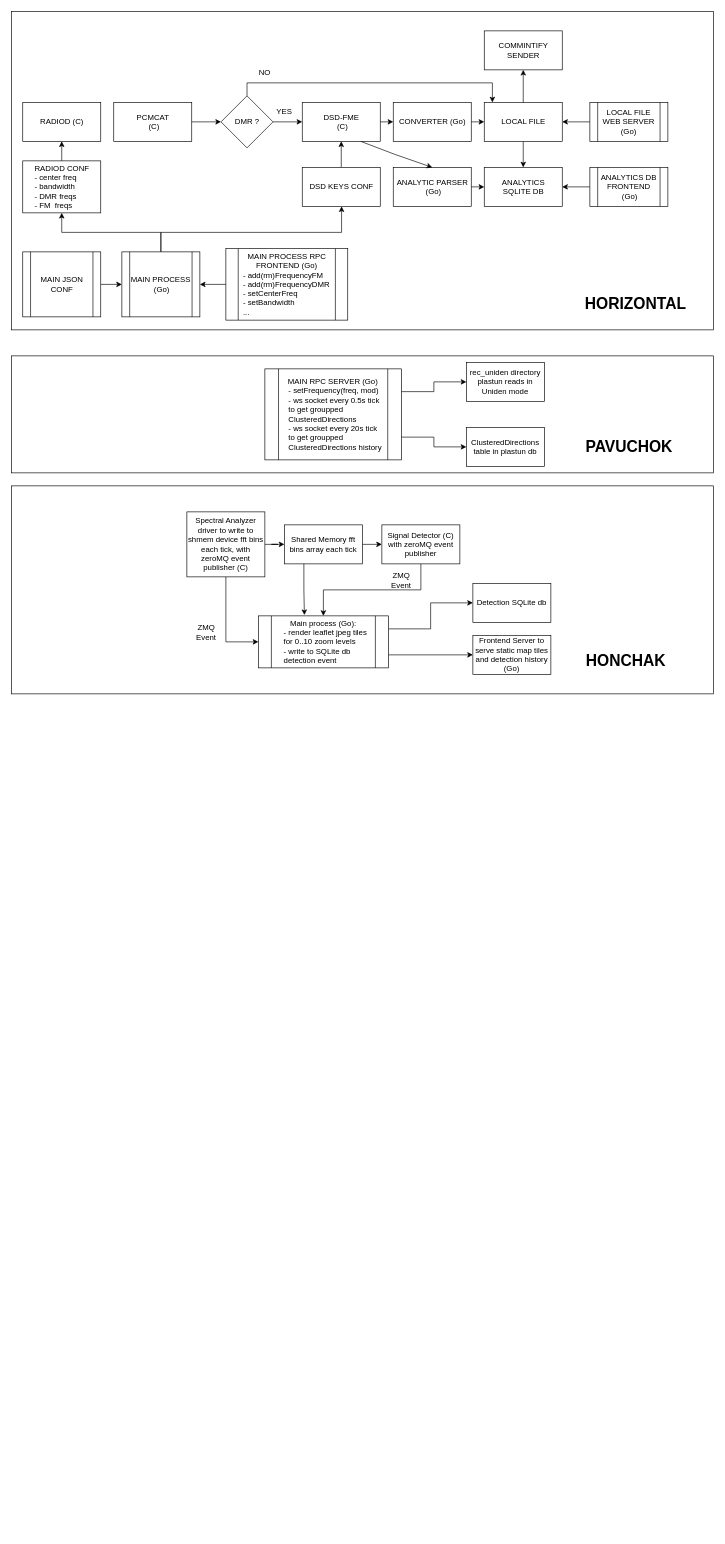
Above: Untitled Diagram.drawio in sandric/diagrams (draw.io), before the change. Source tidied: cells renumbered, new cells numbered last; positions are measured from the earlier drawing's top-left corner, leaving out a move shared by most shapes. Both pictures are drawn from the tidied source at 65%, with x=0, y=0 at pixel (11, 11).
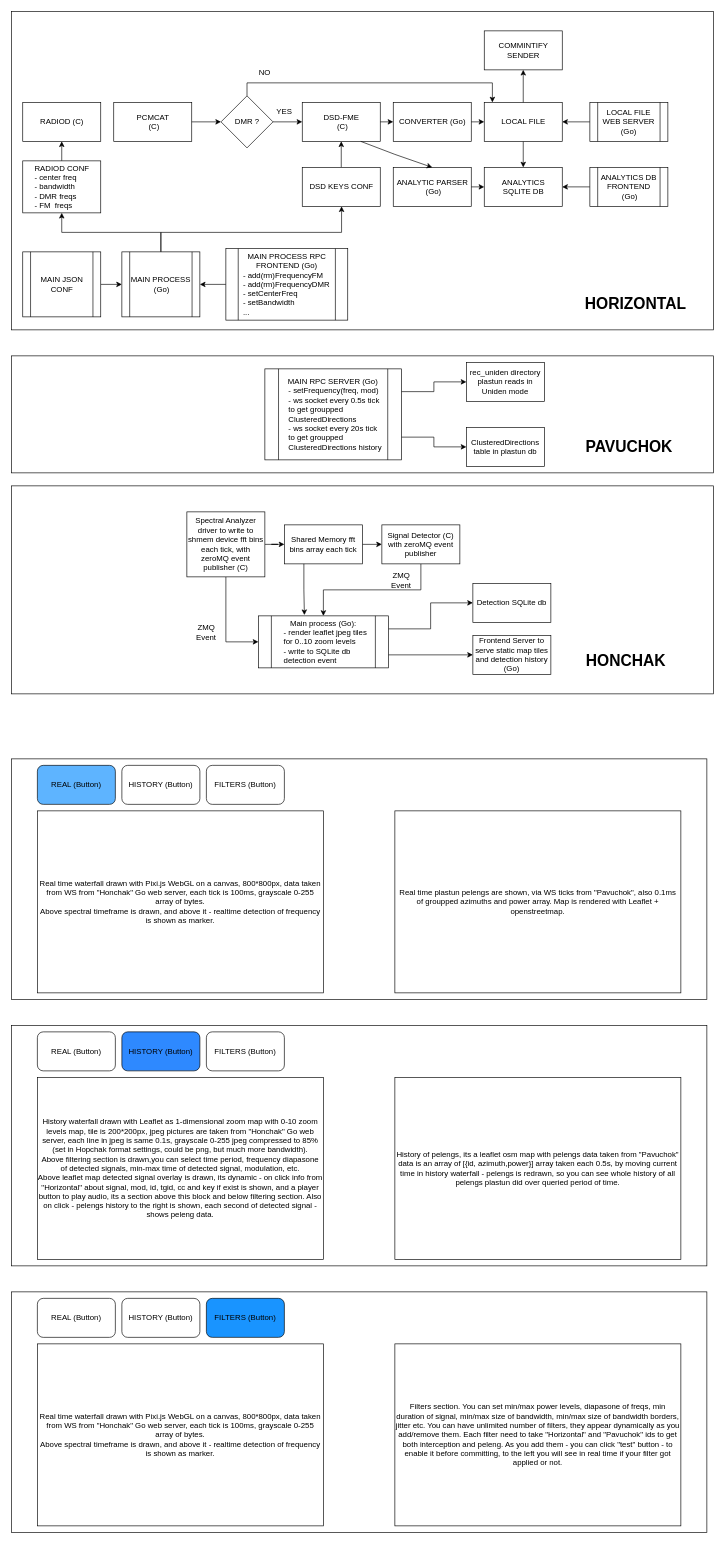
The same diagram, later.

What changed in the source:
```diff
@@
+    <mxCell id="63" style="rounded=0;whiteSpace=wrap;html=1;fillColor=none;" parent="1" vertex="1">
+      <mxGeometry y="1150" width="1070" height="370" as="geometry" />
+    </mxCell>
+    <mxCell id="64" value="&lt;div&gt;Real time waterfall drawn with Pixi.js WebGL on a canvas, 800*800px, data taken from WS from &quot;Honchak&quot; Go web server, each tick is 100ms, grayscale 0-255 array of bytes.&lt;/div&gt;&lt;div&gt;Above spectral timeframe is drawn, and above it - realtime detection of frequency is shown as marker.&lt;br&gt;&lt;/div&gt;" style="rounded=0;whiteSpace=wrap;html=1;" parent="1" vertex="1">
+      <mxGeometry x="40" y="1230" width="440" height="280" as="geometry" />
+    </mxCell>
+    <mxCell id="65" value="Real time plastun pelengs are shown, via WS ticks from &quot;Pavuchok&quot;, also 0.1ms of groupped azimuths and power array. Map is rendered with Leaflet + openstreetmap." style="rounded=0;whiteSpace=wrap;html=1;" parent="1" vertex="1">
+      <mxGeometry x="590" y="1230" width="440" height="280" as="geometry" />
+    </mxCell>
+    <mxCell id="66" value="REAL (Button)" style="rounded=1;whiteSpace=wrap;html=1;fillColor=#5EB4FF;" parent="1" vertex="1">
+      <mxGeometry x="40" y="1160" width="120" height="60" as="geometry" />
+    </mxCell>
+    <mxCell id="67" value="HISTORY (Button)" style="rounded=1;whiteSpace=wrap;html=1;" parent="1" vertex="1">
+      <mxGeometry x="170" y="1160" width="120" height="60" as="geometry" />
+    </mxCell>
+    <mxCell id="68" value="FILTERS (Button)" style="rounded=1;whiteSpace=wrap;html=1;" parent="1" vertex="1">
+      <mxGeometry x="300" y="1160" width="120" height="60" as="geometry" />
+    </mxCell>
+    <mxCell id="69" style="rounded=0;whiteSpace=wrap;html=1;fillColor=none;" parent="1" vertex="1">
+      <mxGeometry y="1560" width="1070" height="370" as="geometry" />
+    </mxCell>
+    <mxCell id="70" value="&lt;div&gt;History waterfall drawn with Leaflet as 1-dimensional zoom map with 0-10 zoom levels map, tile is 200*200px, jpeg pictures are taken from &quot;Honchak&quot; Go web server, each line in jpeg is same 0.1s, grayscale 0-255 jpeg compressed to 85% (set in Hopchak format settings, could be png, but much more bandwidth).&lt;/div&gt;&lt;div&gt;Above filtering section is drawn,you can select time period, frequency diapasone of detected signals, min-max time of detected signal, modulation, etc.&lt;/div&gt;&lt;div&gt;Above leaflet map detected signal overlay is drawn, its dynamic - on click info from &quot;Horizontal&quot; about signal, mod, id, tgid, cc and key if exist is shown, and a player button to play audio, its a section above this block and below filtering section. Also on click - pelengs history to the right is shown, each second of detected signal - shows peleng data.&lt;br&gt;&lt;/div&gt;" style="rounded=0;whiteSpace=wrap;html=1;" parent="1" vertex="1">
+      <mxGeometry x="40" y="1640" width="440" height="280" as="geometry" />
+    </mxCell>
+    <mxCell id="71" value="&lt;div&gt;History of pelengs, its a leaflet osm map with pelengs data taken from &quot;Pavuchok&quot;&lt;/div&gt;&lt;div&gt;data is an array of [{id, azimuth,power}] array taken each 0.5s, by moving current time in history waterfall - pelengs is redrawn, so you can see whole history of all pelengs plastun did over queried period of time.&lt;br&gt;&lt;/div&gt;" style="rounded=0;whiteSpace=wrap;html=1;" parent="1" vertex="1">
+      <mxGeometry x="590" y="1640" width="440" height="280" as="geometry" />
+    </mxCell>
+    <mxCell id="72" value="REAL (Button)" style="rounded=1;whiteSpace=wrap;html=1;" parent="1" vertex="1">
+      <mxGeometry x="40" y="1570" width="120" height="60" as="geometry" />
+    </mxCell>
+    <mxCell id="73" value="HISTORY (Button)" style="rounded=1;whiteSpace=wrap;html=1;strokeColor=#000000;fillColor=#2E89FF;" parent="1" vertex="1">
+      <mxGeometry x="170" y="1570" width="120" height="60" as="geometry" />
+    </mxCell>
+    <mxCell id="74" value="FILTERS (Button)" style="rounded=1;whiteSpace=wrap;html=1;" parent="1" vertex="1">
+      <mxGeometry x="300" y="1570" width="120" height="60" as="geometry" />
+    </mxCell>
+    <mxCell id="75" style="rounded=0;whiteSpace=wrap;html=1;fillColor=none;" parent="1" vertex="1">
+      <mxGeometry y="1970" width="1070" height="370" as="geometry" />
+    </mxCell>
+    <mxCell id="76" value="Filters section. You can set min/max power levels, diapasone of freqs, min duration of signal, min/max size of bandwidth, min/max size of bandwidth borders, jitter etc. You can have unlimited number of filters, they appear dynamically as you add/remove them. Each filter need to take &quot;Horizontal&quot; and &quot;Pavuchok&quot; ids to get both interception and peleng. As you add them - you can click &quot;test&quot; button - to enable it before committing, to the left you will see in real time if your filter got applied or not." style="rounded=0;whiteSpace=wrap;html=1;" parent="1" vertex="1">
+      <mxGeometry x="590" y="2050" width="440" height="280" as="geometry" />
+    </mxCell>
+    <mxCell id="77" value="REAL (Button)" style="rounded=1;whiteSpace=wrap;html=1;" parent="1" vertex="1">
+      <mxGeometry x="40" y="1980" width="120" height="60" as="geometry" />
+    </mxCell>
+    <mxCell id="78" value="HISTORY (Button)" style="rounded=1;whiteSpace=wrap;html=1;" parent="1" vertex="1">
+      <mxGeometry x="170" y="1980" width="120" height="60" as="geometry" />
+    </mxCell>
+    <mxCell id="79" value="FILTERS (Button)" style="rounded=1;whiteSpace=wrap;html=1;fillColor=#1994FF;" parent="1" vertex="1">
+      <mxGeometry x="300" y="1980" width="120" height="60" as="geometry" />
+    </mxCell>
+    <mxCell id="80" value="&lt;div&gt;Real time waterfall drawn with Pixi.js WebGL on a canvas, 800*800px, data taken from WS from &quot;Honchak&quot; Go web server, each tick is 100ms, grayscale 0-255 array of bytes.&lt;/div&gt;&lt;div&gt;Above spectral timeframe is drawn, and above it - realtime detection of frequency is shown as marker.&lt;br&gt;&lt;/div&gt;" style="rounded=0;whiteSpace=wrap;html=1;" parent="1" vertex="1">
+      <mxGeometry x="40" y="2050" width="440" height="280" as="geometry" />
+    </mxCell>
```
